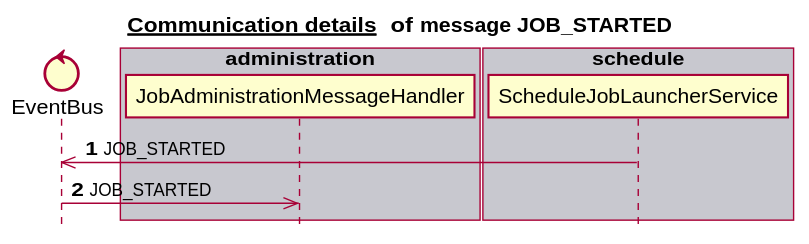
mercedes-benz/sechub keeps this PlantUML diagram as docs/latest/images/gen_domain_messaging_job_started.svg. Above is the earlier version.
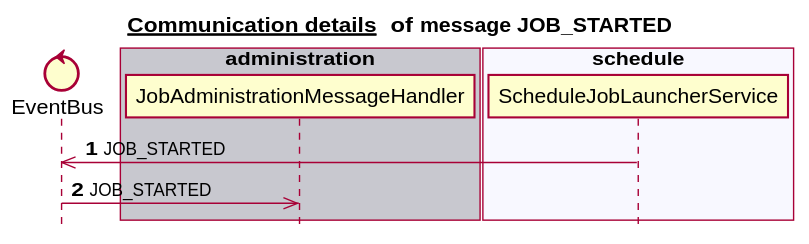
Above is the later version.

Diff of the diagram source:
```diff
@@ -6,17 +6,17 @@
 
 
 control EventBus
-box "scan" #C8C8CF
+box "notification" #C8C8CF
 end box
 box "authorization" #F8F8FF
 end box
 box "administration" #C8C8CF
    participant JobAdministrationMessageHandler
 end box
-box "notification" #F8F8FF
+box "schedule" #F8F8FF
+   participant ScheduleJobLauncherService
 end box
-box "schedule" #C8C8CF
-   participant ScheduleJobLauncherService
+box "scan" #C8C8CF
 end box
 autonumber 1
 ScheduleJobLauncherService ->> EventBus:JOB_STARTED
```
